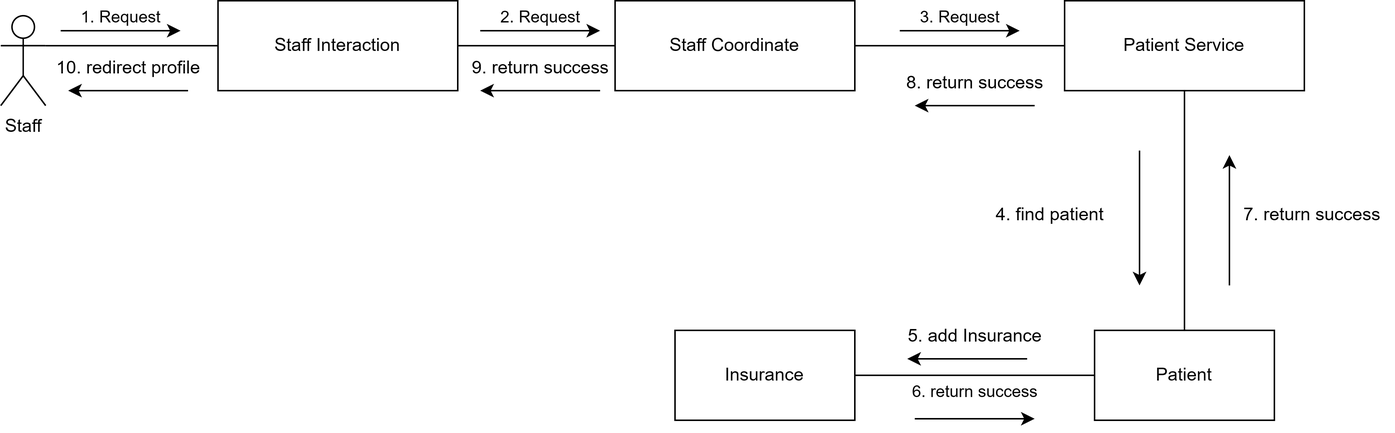
This is swd-pic/SWD_Duy-add4.drawio.png from baspdd/desktop-tutorial, a draw.io export, as it was before one commit. Source tidied: cells renumbered, new cells last; positions are measured from the earlier drawing's top-left corner, leaving out a move shared by most shapes. Source of this version:
```xml
<mxGraphModel>
  <root>
    <mxCell id="0" />
    <mxCell id="1" parent="0" />
    <mxCell id="2" value="Staff" style="shape=umlActor;verticalLabelPosition=bottom;verticalAlign=top;html=1;outlineConnect=0;" parent="1" vertex="1">
      <mxGeometry y="10" width="30" height="60" as="geometry" />
    </mxCell>
    <mxCell id="3" style="edgeStyle=orthogonalEdgeStyle;rounded=0;jettySize=auto;html=1;entryX=1;entryY=0.3333333333333333;entryDx=0;entryDy=0;entryPerimeter=0;endArrow=none;endFill=0;" parent="1" edge="1" source="4" target="2">
      <mxGeometry relative="1" as="geometry" />
    </mxCell>
    <mxCell id="4" value="Staff Interaction" style="rounded=0;whiteSpace=wrap;html=1;gradientColor=none;" parent="1" vertex="1">
      <mxGeometry x="145" width="160" height="60" as="geometry" />
    </mxCell>
    <mxCell id="5" style="edgeStyle=orthogonalEdgeStyle;rounded=0;jettySize=auto;html=1;endArrow=none;endFill=0;" parent="1" edge="1" source="6" target="4">
      <mxGeometry relative="1" as="geometry" />
    </mxCell>
    <mxCell id="6" value="Staff Coordinate" style="rounded=0;whiteSpace=wrap;html=1;" parent="1" vertex="1">
      <mxGeometry x="410" width="160" height="60" as="geometry" />
    </mxCell>
    <mxCell id="7" style="edgeStyle=orthogonalEdgeStyle;rounded=0;jettySize=auto;html=1;endArrow=none;endFill=0;" parent="1" edge="1" source="9" target="6">
      <mxGeometry relative="1" as="geometry" />
    </mxCell>
    <mxCell id="8" style="edgeStyle=orthogonalEdgeStyle;rounded=0;jettySize=auto;html=1;endArrow=none;endFill=0;" parent="1" edge="1" source="9" target="11">
      <mxGeometry relative="1" as="geometry" />
    </mxCell>
    <mxCell id="9" value="Patient Service" style="rounded=0;whiteSpace=wrap;html=1;" parent="1" vertex="1">
      <mxGeometry x="710" width="160" height="60" as="geometry" />
    </mxCell>
    <mxCell id="10" style="edgeStyle=orthogonalEdgeStyle;rounded=0;jettySize=auto;html=1;endArrow=none;endFill=0;" parent="1" edge="1" source="11" target="12">
      <mxGeometry relative="1" as="geometry" />
    </mxCell>
    <mxCell id="11" value="Patient" style="rounded=0;whiteSpace=wrap;html=1;" parent="1" vertex="1">
      <mxGeometry x="730" y="220" width="120" height="60" as="geometry" />
    </mxCell>
    <mxCell id="12" value="Insurance" style="rounded=0;whiteSpace=wrap;html=1;" parent="1" vertex="1">
      <mxGeometry x="450" y="220" width="120" height="60" as="geometry" />
    </mxCell>
    <mxCell id="13" style="endArrow=classic;html=1;rounded=0;" parent="1" edge="1">
      <mxGeometry relative="1" as="geometry">
        <mxPoint x="40" y="20" as="sourcePoint" />
        <mxPoint x="120" y="20" as="targetPoint" />
      </mxGeometry>
    </mxCell>
    <mxCell id="14" value="1. Request" style="edgeLabel;html=1;align=center;verticalAlign=middle;" parent="13" vertex="1">
      <mxGeometry x="0.3" y="4" relative="1" as="geometry">
        <mxPoint x="-12" y="-6" as="offset" />
      </mxGeometry>
    </mxCell>
    <mxCell id="15" style="endArrow=classic;html=1;rounded=0;" parent="1" edge="1">
      <mxGeometry relative="1" as="geometry">
        <mxPoint x="320" y="20" as="sourcePoint" />
        <mxPoint x="400" y="20" as="targetPoint" />
      </mxGeometry>
    </mxCell>
    <mxCell id="16" value="2. Request" style="edgeLabel;html=1;align=center;verticalAlign=middle;" parent="15" vertex="1">
      <mxGeometry x="0.3" y="4" relative="1" as="geometry">
        <mxPoint x="-12" y="-6" as="offset" />
      </mxGeometry>
    </mxCell>
    <mxCell id="17" style="endArrow=classic;html=1;rounded=0;" parent="1" edge="1">
      <mxGeometry relative="1" as="geometry">
        <mxPoint x="600" y="20" as="sourcePoint" />
        <mxPoint x="680" y="20" as="targetPoint" />
      </mxGeometry>
    </mxCell>
    <mxCell id="18" value="3. Request" style="edgeLabel;html=1;align=center;verticalAlign=middle;" parent="17" vertex="1">
      <mxGeometry x="0.3" y="4" relative="1" as="geometry">
        <mxPoint x="-12" y="-6" as="offset" />
      </mxGeometry>
    </mxCell>
    <mxCell id="19" style="endArrow=classic;html=1;rounded=0;" parent="1" edge="1">
      <mxGeometry relative="1" as="geometry">
        <mxPoint x="125" y="60" as="sourcePoint" />
        <mxPoint x="45" y="60" as="targetPoint" />
      </mxGeometry>
    </mxCell>
    <mxCell id="20" value="10. redirect profile" style="text;html=1;align=center;verticalAlign=middle;strokeColor=none;fillColor=none;" parent="1" vertex="1">
      <mxGeometry x="25" y="30" width="120" height="30" as="geometry" />
    </mxCell>
    <mxCell id="21" style="endArrow=classic;html=1;rounded=0;" parent="1" edge="1">
      <mxGeometry relative="1" as="geometry">
        <mxPoint x="400" y="60" as="sourcePoint" />
        <mxPoint x="320" y="60" as="targetPoint" />
      </mxGeometry>
    </mxCell>
    <mxCell id="22" value="9. return success" style="text;html=1;align=center;verticalAlign=middle;strokeColor=none;fillColor=none;" parent="1" vertex="1">
      <mxGeometry x="305" y="30" width="110" height="30" as="geometry" />
    </mxCell>
    <mxCell id="23" style="endArrow=classic;html=1;rounded=0;" parent="1" edge="1">
      <mxGeometry relative="1" as="geometry">
        <mxPoint x="690" y="70" as="sourcePoint" />
        <mxPoint x="610" y="70" as="targetPoint" />
      </mxGeometry>
    </mxCell>
    <mxCell id="24" value="8. return success" style="text;html=1;align=center;verticalAlign=middle;strokeColor=none;fillColor=none;" parent="1" vertex="1">
      <mxGeometry x="595" y="40" width="110" height="30" as="geometry" />
    </mxCell>
    <mxCell id="25" style="endArrow=classic;html=1;rounded=0;" parent="1" edge="1">
      <mxGeometry relative="1" as="geometry">
        <mxPoint x="685" y="239" as="sourcePoint" />
        <mxPoint x="605" y="239" as="targetPoint" />
      </mxGeometry>
    </mxCell>
    <mxCell id="26" value="5. add Insurance" style="text;html=1;align=center;verticalAlign=middle;strokeColor=none;fillColor=none;" parent="1" vertex="1">
      <mxGeometry x="595" y="209" width="110" height="30" as="geometry" />
    </mxCell>
    <mxCell id="27" style="endArrow=classic;html=1;rounded=0;" parent="1" edge="1">
      <mxGeometry relative="1" as="geometry">
        <mxPoint x="610" y="279" as="sourcePoint" />
        <mxPoint x="690" y="279" as="targetPoint" />
      </mxGeometry>
    </mxCell>
    <mxCell id="28" value="6. return success" style="edgeLabel;html=1;align=center;verticalAlign=middle;" parent="27" vertex="1">
      <mxGeometry x="0.3" y="4" relative="1" as="geometry">
        <mxPoint x="-12" y="-15" as="offset" />
      </mxGeometry>
    </mxCell>
    <mxCell id="29" style="endArrow=classic;html=1;rounded=0;" parent="1" edge="1">
      <mxGeometry relative="1" as="geometry">
        <mxPoint x="760" y="100" as="sourcePoint" />
        <mxPoint x="760" y="190" as="targetPoint" />
      </mxGeometry>
    </mxCell>
    <mxCell id="30" value="4. find patient" style="text;html=1;align=center;verticalAlign=middle;strokeColor=none;fillColor=none;" parent="1" vertex="1">
      <mxGeometry x="650" y="128" width="100" height="30" as="geometry" />
    </mxCell>
    <mxCell id="31" style="endArrow=classic;html=1;rounded=0;" parent="1" edge="1">
      <mxGeometry relative="1" as="geometry">
        <mxPoint x="820" y="190" as="sourcePoint" />
        <mxPoint x="820" y="103" as="targetPoint" />
      </mxGeometry>
    </mxCell>
    <mxCell id="32" value="7. return success" style="text;html=1;align=center;verticalAlign=middle;strokeColor=none;fillColor=none;" parent="1" vertex="1">
      <mxGeometry x="820" y="128" width="110" height="30" as="geometry" />
    </mxCell>
  </root>
</mxGraphModel>
```
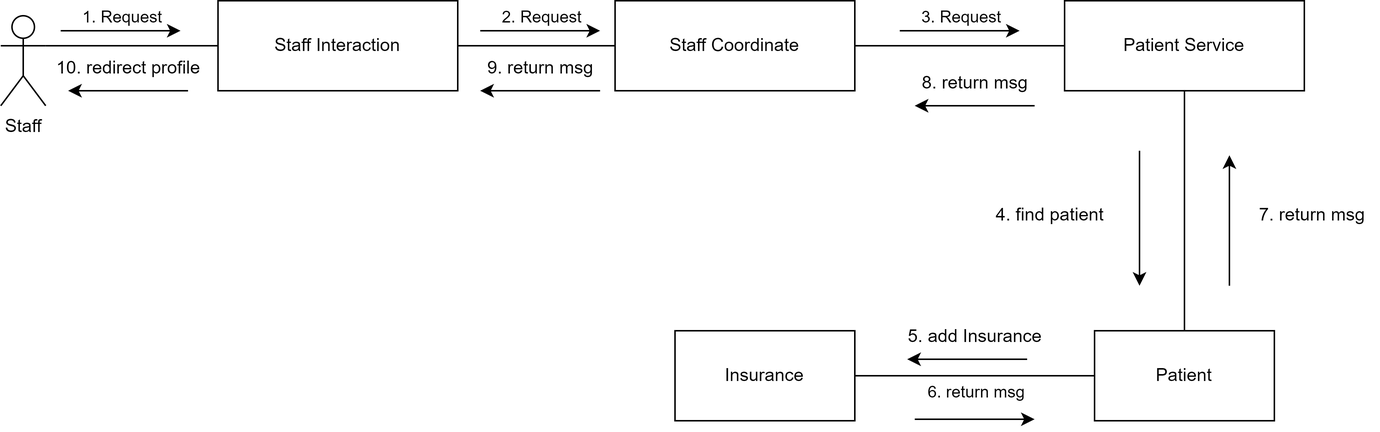
The same file after the commit.

Diff of the diagram source:
```diff
@@ -83,8 +83,8 @@
         <mxPoint x="320" y="60" as="targetPoint" />
       </mxGeometry>
     </mxCell>
-    <mxCell id="22" value="9. return success" style="text;html=1;align=center;verticalAlign=middle;strokeColor=none;fillColor=none;" parent="1" vertex="1">
-      <mxGeometry x="305" y="30" width="110" height="30" as="geometry" />
+    <mxCell id="22" value="9. return msg" style="text;html=1;align=center;verticalAlign=middle;strokeColor=none;fillColor=none;" parent="1" vertex="1">
+      <mxGeometry x="315" y="30" width="90" height="30" as="geometry" />
     </mxCell>
     <mxCell id="23" style="endArrow=classic;html=1;rounded=0;" parent="1" edge="1">
       <mxGeometry relative="1" as="geometry">
@@ -92,8 +92,8 @@
         <mxPoint x="610" y="70" as="targetPoint" />
       </mxGeometry>
     </mxCell>
-    <mxCell id="24" value="8. return success" style="text;html=1;align=center;verticalAlign=middle;strokeColor=none;fillColor=none;" parent="1" vertex="1">
-      <mxGeometry x="595" y="40" width="110" height="30" as="geometry" />
+    <mxCell id="24" value="8. return msg" style="text;html=1;align=center;verticalAlign=middle;strokeColor=none;fillColor=none;" parent="1" vertex="1">
+      <mxGeometry x="605" y="40" width="90" height="30" as="geometry" />
     </mxCell>
     <mxCell id="25" style="endArrow=classic;html=1;rounded=0;" parent="1" edge="1">
       <mxGeometry relative="1" as="geometry">
@@ -110,7 +110,7 @@
         <mxPoint x="690" y="279" as="targetPoint" />
       </mxGeometry>
     </mxCell>
-    <mxCell id="28" value="6. return success" style="edgeLabel;html=1;align=center;verticalAlign=middle;" parent="27" vertex="1">
+    <mxCell id="28" value="6. return msg" style="edgeLabel;html=1;align=center;verticalAlign=middle;" parent="27" vertex="1">
       <mxGeometry x="0.3" y="4" relative="1" as="geometry">
         <mxPoint x="-12" y="-15" as="offset" />
       </mxGeometry>
@@ -130,8 +130,8 @@
         <mxPoint x="820" y="103" as="targetPoint" />
       </mxGeometry>
     </mxCell>
-    <mxCell id="32" value="7. return success" style="text;html=1;align=center;verticalAlign=middle;strokeColor=none;fillColor=none;" parent="1" vertex="1">
-      <mxGeometry x="820" y="128" width="110" height="30" as="geometry" />
+    <mxCell id="32" value="7. return msg" style="text;html=1;align=center;verticalAlign=middle;strokeColor=none;fillColor=none;" parent="1" vertex="1">
+      <mxGeometry x="830" y="128" width="90" height="30" as="geometry" />
     </mxCell>
   </root>
 </mxGraphModel>
```
